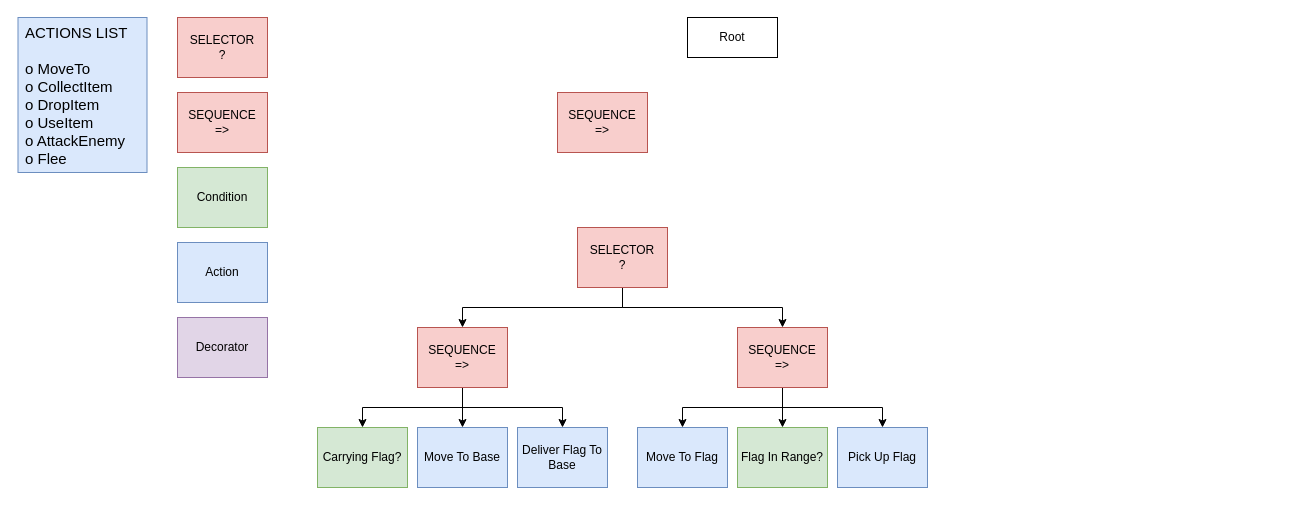
Earlier version of the draw.io diagram AIAssessmentTree.drawio (Snowball115/SOL-AIBehaviourTree). Source tidied: cells renumbered, new cells numbered last; positions are measured from the earlier drawing's top-left corner, leaving out a move shared by most shapes. Both pictures are drawn from the tidied source at 100%, with x=0, y=0 at pixel (17, 17).
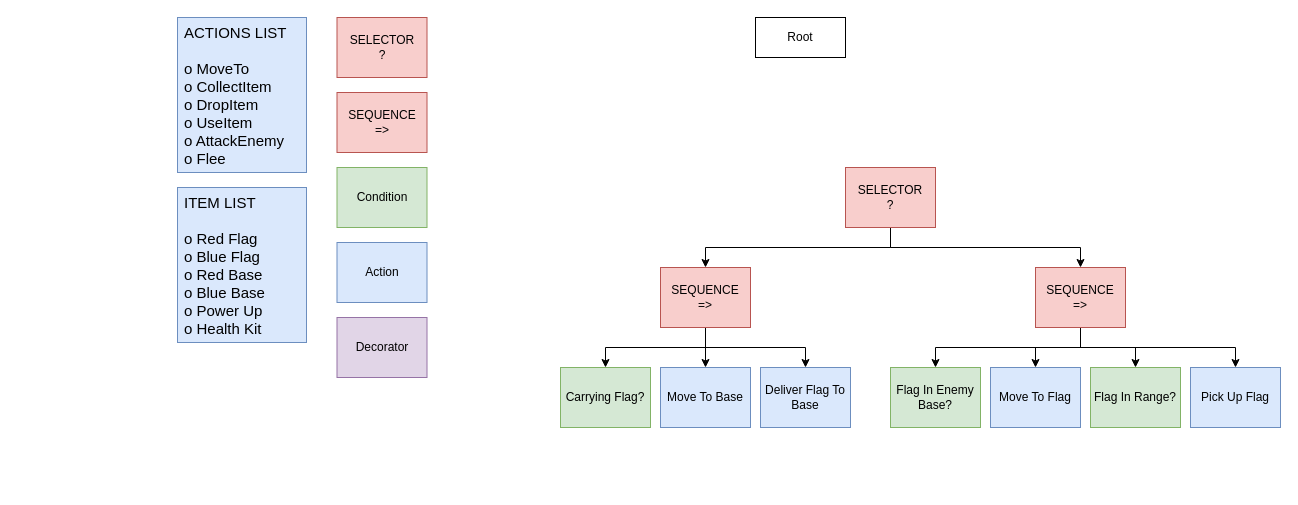
The same page after the edit.

Change to the diagram source:
```diff
@@
     <mxCell id="2" value="Root" style="rounded=0;whiteSpace=wrap;html=1;labelBackgroundColor=none;fontSize=12;" parent="1" vertex="1">
-      <mxGeometry x="670" width="90" height="40" as="geometry" />
+      <mxGeometry x="738" width="90" height="40" as="geometry" />
     </mxCell>
     <mxCell id="3" value="SELECTOR&lt;br&gt;?" style="rounded=0;whiteSpace=wrap;html=1;labelBackgroundColor=none;fontSize=12;fillColor=#f8cecc;strokeColor=#b85450;" parent="1" vertex="1">
-      <mxGeometry x="160" width="90" height="60" as="geometry" />
+      <mxGeometry x="319.5" width="90" height="60" as="geometry" />
     </mxCell>
     <mxCell id="4" value="SEQUENCE&lt;br&gt;=&amp;gt;" style="rounded=0;whiteSpace=wrap;html=1;labelBackgroundColor=none;fontSize=12;fillColor=#f8cecc;strokeColor=#b85450;" parent="1" vertex="1">
-      <mxGeometry x="160" y="75" width="90" height="60" as="geometry" />
+      <mxGeometry x="319.5" y="75" width="90" height="60" as="geometry" />
     </mxCell>
     <mxCell id="5" value="Condition" style="rounded=0;whiteSpace=wrap;html=1;labelBackgroundColor=none;fontSize=12;fillColor=#d5e8d4;strokeColor=#82b366;" parent="1" vertex="1">
-      <mxGeometry x="160" y="150" width="90" height="60" as="geometry" />
+      <mxGeometry x="319.5" y="150" width="90" height="60" as="geometry" />
     </mxCell>
     <mxCell id="6" value="Action" style="rounded=0;whiteSpace=wrap;html=1;labelBackgroundColor=none;fontSize=12;fillColor=#dae8fc;strokeColor=#6c8ebf;" parent="1" vertex="1">
-      <mxGeometry x="160" y="225" width="90" height="60" as="geometry" />
+      <mxGeometry x="319.5" y="225" width="90" height="60" as="geometry" />
     </mxCell>
-    <mxCell id="7" value="SEQUENCE&lt;br&gt;=&amp;gt;" style="rounded=0;whiteSpace=wrap;html=1;labelBackgroundColor=none;fontSize=12;fillColor=#f8cecc;strokeColor=#b85450;" parent="1" vertex="1">
-      <mxGeometry x="540" y="75" width="90" height="60" as="geometry" />
-    </mxCell>
     <mxCell id="8" value="Decorator" style="rounded=0;whiteSpace=wrap;html=1;labelBackgroundColor=none;fontSize=12;fillColor=#e1d5e7;strokeColor=#9673a6;" parent="1" vertex="1">
-      <mxGeometry x="160" y="300" width="90" height="60" as="geometry" />
+      <mxGeometry x="319.5" y="300" width="90" height="60" as="geometry" />
     </mxCell>
     <mxCell id="9" value="Move To Flag" style="rounded=0;whiteSpace=wrap;html=1;labelBackgroundColor=none;fontSize=12;fillColor=#dae8fc;strokeColor=#6c8ebf;" parent="1" vertex="1">
-      <mxGeometry x="620" y="410" width="90" height="60" as="geometry" />
+      <mxGeometry x="973" y="350" width="90" height="60" as="geometry" />
     </mxCell>
     <mxCell id="10" value="Flag In Range?" style="rounded=0;whiteSpace=wrap;html=1;labelBackgroundColor=none;fontSize=12;fillColor=#d5e8d4;strokeColor=#82b366;" parent="1" vertex="1">
-      <mxGeometry x="720" y="410" width="90" height="60" as="geometry" />
+      <mxGeometry x="1073" y="350" width="90" height="60" as="geometry" />
     </mxCell>
     <mxCell id="11" value="Pick Up Flag" style="rounded=0;whiteSpace=wrap;html=1;labelBackgroundColor=none;fontSize=12;fillColor=#dae8fc;strokeColor=#6c8ebf;" parent="1" vertex="1">
-      <mxGeometry x="820" y="410" width="90" height="60" as="geometry" />
+      <mxGeometry x="1173" y="350" width="90" height="60" as="geometry" />
     </mxCell>
     <mxCell id="12" value="Move To Base" style="rounded=0;whiteSpace=wrap;html=1;labelBackgroundColor=none;fontSize=12;fillColor=#dae8fc;strokeColor=#6c8ebf;" parent="1" vertex="1">
-      <mxGeometry x="400" y="410" width="90" height="60" as="geometry" />
+      <mxGeometry x="643" y="350" width="90" height="60" as="geometry" />
     </mxCell>
     <mxCell id="13" value="Deliver Flag To Base" style="rounded=0;whiteSpace=wrap;html=1;labelBackgroundColor=none;fontSize=12;fillColor=#dae8fc;strokeColor=#6c8ebf;" parent="1" vertex="1">
-      <mxGeometry x="500" y="410" width="90" height="60" as="geometry" />
+      <mxGeometry x="743" y="350" width="90" height="60" as="geometry" />
     </mxCell>
     <mxCell id="14" value="Carrying Flag?" style="rounded=0;whiteSpace=wrap;html=1;labelBackgroundColor=none;fontSize=12;fillColor=#d5e8d4;strokeColor=#82b366;" parent="1" vertex="1">
-      <mxGeometry x="300" y="410" width="90" height="60" as="geometry" />
+      <mxGeometry x="543" y="350" width="90" height="60" as="geometry" />
     </mxCell>
@@
     <mxCell id="17" value="SELECTOR&lt;br&gt;?" style="rounded=0;whiteSpace=wrap;html=1;labelBackgroundColor=none;fontSize=12;fillColor=#f8cecc;strokeColor=#b85450;" parent="1" vertex="1">
-      <mxGeometry x="560" y="210" width="90" height="60" as="geometry" />
+      <mxGeometry x="828" y="150" width="90" height="60" as="geometry" />
     </mxCell>
@@
     <mxCell id="21" value="SEQUENCE&lt;br&gt;=&amp;gt;" style="rounded=0;whiteSpace=wrap;html=1;labelBackgroundColor=none;fontSize=12;fillColor=#f8cecc;strokeColor=#b85450;" parent="1" vertex="1">
-      <mxGeometry x="400" y="310" width="90" height="60" as="geometry" />
+      <mxGeometry x="643" y="250" width="90" height="60" as="geometry" />
     </mxCell>
@@
+    <mxCell id="27" style="edgeStyle=orthogonalEdgeStyle;rounded=0;jettySize=auto;html=1;exitX=0.5;exitY=1;exitDx=0;exitDy=0;entryX=0.5;entryY=0;entryDx=0;entryDy=0;fontSize=15;" parent="1" edge="1" source="25" target="29">
+      <mxGeometry relative="1" as="geometry" />
+    </mxCell>
     <mxCell id="25" value="SEQUENCE&lt;br&gt;=&amp;gt;" style="rounded=0;whiteSpace=wrap;html=1;labelBackgroundColor=none;fontSize=12;fillColor=#f8cecc;strokeColor=#b85450;" parent="1" vertex="1">
-      <mxGeometry x="720" y="310" width="90" height="60" as="geometry" />
+      <mxGeometry x="1018" y="250" width="90" height="60" as="geometry" />
     </mxCell>
     <mxCell id="26" value="ACTIONS LIST&lt;br style=&quot;font-size: 15px;&quot;&gt;&lt;br style=&quot;font-size: 15px;&quot;&gt;o MoveTo&lt;br style=&quot;font-size: 15px;&quot;&gt;o CollectItem&lt;br style=&quot;font-size: 15px;&quot;&gt;o DropItem&lt;br style=&quot;font-size: 15px;&quot;&gt;o UseItem&lt;br style=&quot;font-size: 15px;&quot;&gt;o AttackEnemy&lt;br style=&quot;font-size: 15px;&quot;&gt;o Flee" style="rounded=0;labelBackgroundColor=none;fontSize=15;fillColor=#dae8fc;strokeColor=#6c8ebf;align=left;fontStyle=0;horizontal=1;labelPosition=center;verticalLabelPosition=middle;verticalAlign=middle;whiteSpace=wrap;html=1;spacingTop=0;spacingLeft=5;spacing=2;" parent="1" vertex="1">
-      <mxGeometry x="0.5" width="129" height="155" as="geometry" />
+      <mxGeometry x="160" width="129" height="155" as="geometry" />
     </mxCell>
+    <mxCell id="28" value="ITEM LIST&lt;br style=&quot;font-size: 15px&quot;&gt;&lt;br style=&quot;font-size: 15px&quot;&gt;o Red Flag&lt;br style=&quot;font-size: 15px&quot;&gt;o Blue Flag&lt;br style=&quot;font-size: 15px&quot;&gt;o Red Base&lt;br style=&quot;font-size: 15px&quot;&gt;o Blue Base&lt;br style=&quot;font-size: 15px&quot;&gt;o Power Up&lt;br style=&quot;font-size: 15px&quot;&gt;o Health Kit" style="rounded=0;labelBackgroundColor=none;fontSize=15;fillColor=#dae8fc;strokeColor=#6c8ebf;align=left;fontStyle=0;horizontal=1;labelPosition=center;verticalLabelPosition=middle;verticalAlign=middle;whiteSpace=wrap;html=1;spacingTop=0;spacingLeft=5;spacing=2;" parent="1" vertex="1">
+      <mxGeometry x="160" y="170" width="129" height="155" as="geometry" />
+    </mxCell>
+    <mxCell id="29" value="Flag In Enemy Base?" style="rounded=0;whiteSpace=wrap;html=1;labelBackgroundColor=none;fontSize=12;fillColor=#d5e8d4;strokeColor=#82b366;" parent="1" vertex="1">
+      <mxGeometry x="873" y="350" width="90" height="60" as="geometry" />
+    </mxCell>
```
